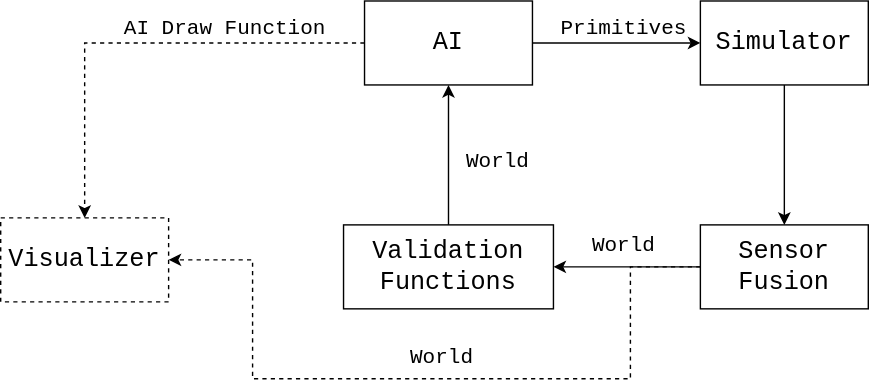
Before: docs/images/simulated_test_high_level_architecture.svg, a diagram exported from draw.io (UBC-Thunderbots/Software). Source tidied: cells renumbered, new cells last; positions are measured from the earlier drawing's top-left corner, leaving out a move shared by most shapes.
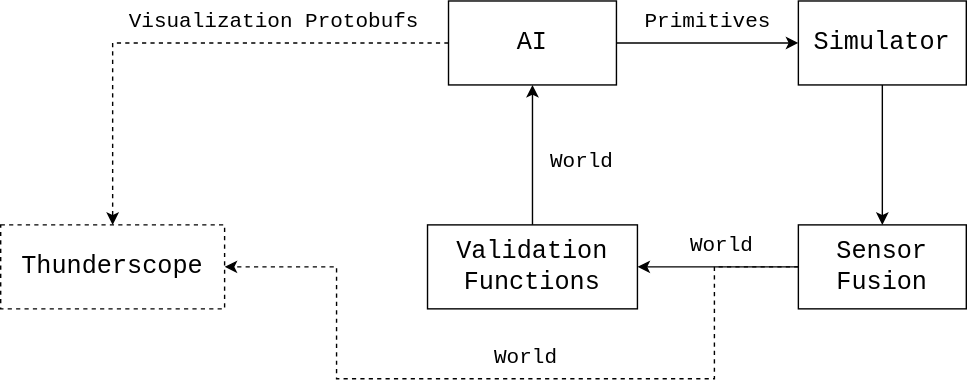
Above is the later version.

Commit message:
Update software architecture documentation (#2990)

The edit, as a diff of the source:
```diff
@@ -17,7 +17,7 @@
           <mxPoint x="450" y="190" />
           <mxPoint x="450" y="270" />
           <mxPoint x="180" y="270" />
-          <mxPoint x="180" y="185" />
+          <mxPoint x="180" y="190" />
         </Array>
       </mxGeometry>
     </mxCell>
@@ -25,19 +25,19 @@
       <mxGeometry relative="1" as="geometry" />
     </mxCell>
     <mxCell id="7" value="Sensor Fusion" style="whiteSpace=wrap;html=1;fontFamily=Courier New;fontSize=18;" parent="1" vertex="1">
-      <mxGeometry x="500" y="160" width="120" height="60" as="geometry" />
+      <mxGeometry x="510" y="160" width="120" height="60" as="geometry" />
     </mxCell>
-    <mxCell id="8" value="Visualizer" style="whiteSpace=wrap;html=1;fontFamily=Courier New;fontSize=18;dashed=1;" parent="1" vertex="1">
-      <mxGeometry y="155" width="120" height="60" as="geometry" />
+    <mxCell id="8" value="Thunderscope" style="whiteSpace=wrap;html=1;fontFamily=Courier New;fontSize=18;dashed=1;" parent="1" vertex="1">
+      <mxGeometry x="-60" y="160" width="160" height="60" as="geometry" />
     </mxCell>
     <mxCell id="9" value="World" style="text;html=1;align=center;verticalAlign=middle;fillColor=none;strokeColor=none;rounded=0;fontFamily=Courier New;fontSize=15;" parent="1" vertex="1">
-      <mxGeometry x="410" y="160" width="70" height="30" as="geometry" />
+      <mxGeometry x="420" y="160" width="70" height="30" as="geometry" />
     </mxCell>
     <mxCell id="10" value="&lt;div&gt;Primitives&lt;/div&gt;" style="text;html=1;align=center;verticalAlign=middle;fillColor=none;strokeColor=none;rounded=0;fontFamily=Courier New;fontSize=15;" parent="1" vertex="1">
-      <mxGeometry x="390" y="10" width="110" height="20" as="geometry" />
+      <mxGeometry x="390" y="5" width="110" height="20" as="geometry" />
     </mxCell>
-    <mxCell id="11" value="AI Draw Function" style="text;html=1;align=center;verticalAlign=middle;fillColor=none;strokeColor=none;rounded=0;fontFamily=Courier New;fontSize=15;" parent="1" vertex="1">
-      <mxGeometry x="80" y="10" width="160" height="20" as="geometry" />
+    <mxCell id="11" value="Visualization Protobufs" style="text;html=1;align=center;verticalAlign=middle;fillColor=none;strokeColor=none;rounded=0;fontFamily=Courier New;fontSize=15;" parent="1" vertex="1">
+      <mxGeometry x="20" width="230" height="30" as="geometry" />
     </mxCell>
     <mxCell id="12" style="edgeStyle=orthogonalEdgeStyle;rounded=0;jettySize=auto;html=1;entryX=0.5;entryY=1;entryDx=0;entryDy=0;" parent="1" edge="1" source="13" target="4">
       <mxGeometry relative="1" as="geometry" />
@@ -52,7 +52,7 @@
       <mxGeometry relative="1" as="geometry" />
     </mxCell>
     <mxCell id="16" value="Simulator" style="whiteSpace=wrap;html=1;fontFamily=Courier New;fontSize=18;" parent="1" vertex="1">
-      <mxGeometry x="500" width="120" height="60" as="geometry" />
+      <mxGeometry x="510" width="120" height="60" as="geometry" />
     </mxCell>
     <mxCell id="17" value="World" style="text;html=1;align=center;verticalAlign=middle;fillColor=none;strokeColor=none;rounded=0;fontFamily=Courier New;fontSize=15;" parent="1" vertex="1">
       <mxGeometry x="280" y="240" width="70" height="30" as="geometry" />
```
